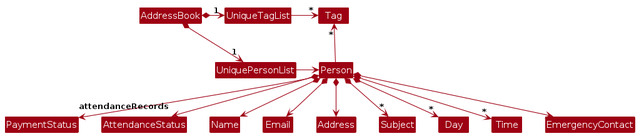
Earlier version of the PlantUML export diagrams/BetterModelClassDiagram.png (AY2526S2-CS2103T-T09-2/tp). Its source is kept beside it as diagrams/BetterModelClassDiagram.puml.
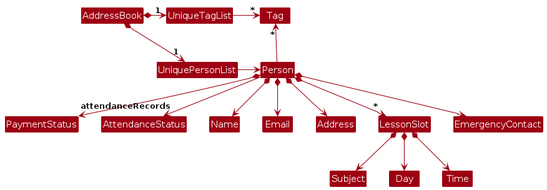
The same diagram one commit later.

Diff of the diagram source:
```diff
@@ -17,13 +17,16 @@
 Person *--> Name
 Person *--> Email
 Person *--> Address
-Person *--> "*" Subject
-Person *--> "*" Day
-Person *--> "*" Time
+Person *--> "*" LessonSlot
+LessonSlot *--> Subject
+LessonSlot *--> Day
+LessonSlot *--> Time
 Person *--> EmergencyContact
 Person *--> PaymentStatus
 Person --> "attendanceRecords" AttendanceStatus
 
+Class LessonSlot
+
 Class "<<enum>>\nAttendanceStatus" as AttendanceStatus
 PaymentStatus -[hidden]right-> AttendanceStatus
 @enduml
```
